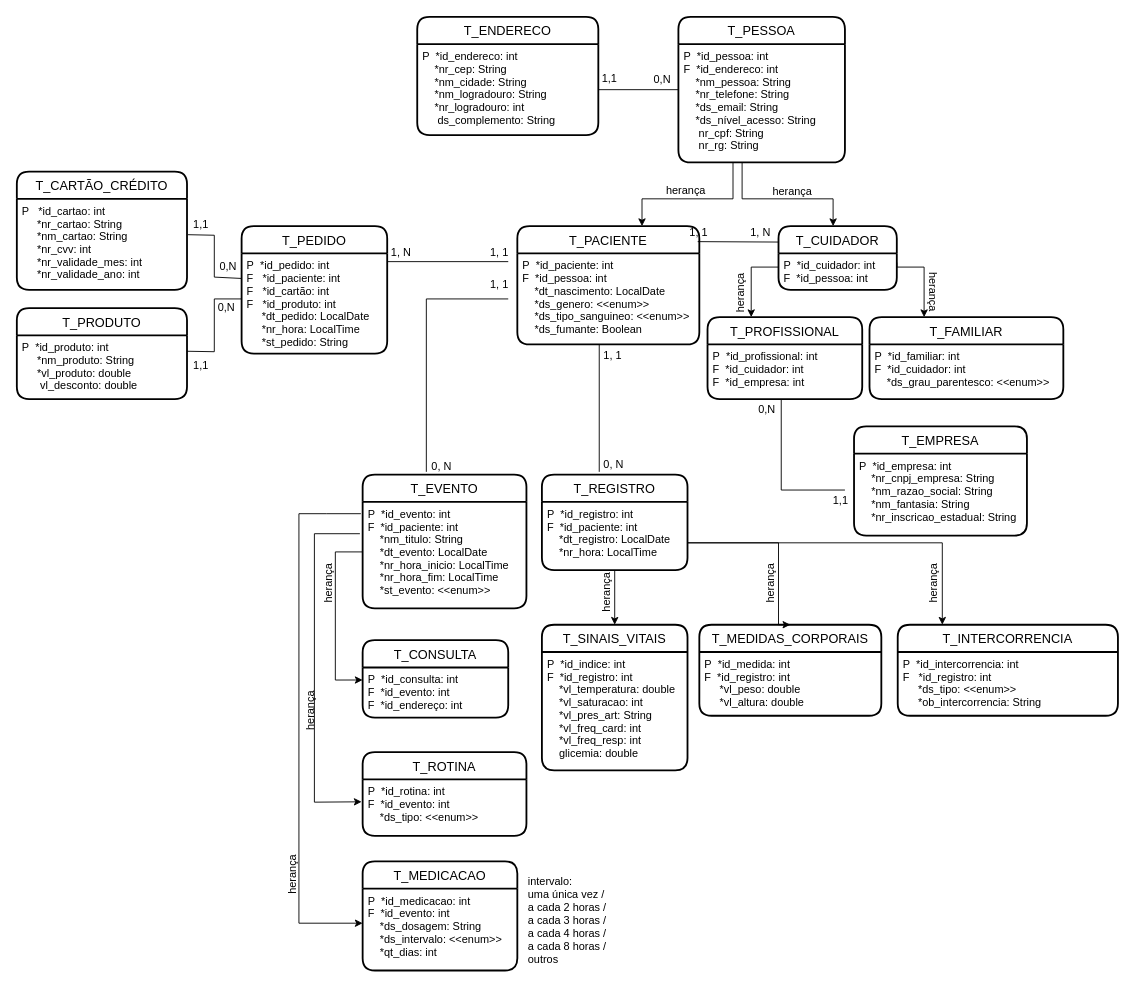
This is Untitled.drawio from dBianchii/gs-care, a draw.io file, before an edit. Source tidied: cells renumbered, new cells numbered last; positions are measured from the earlier drawing's top-left corner, leaving out a move shared by most shapes. Both pictures are drawn from the tidied source at 91%, with x=0, y=0 at pixel (16, 16).
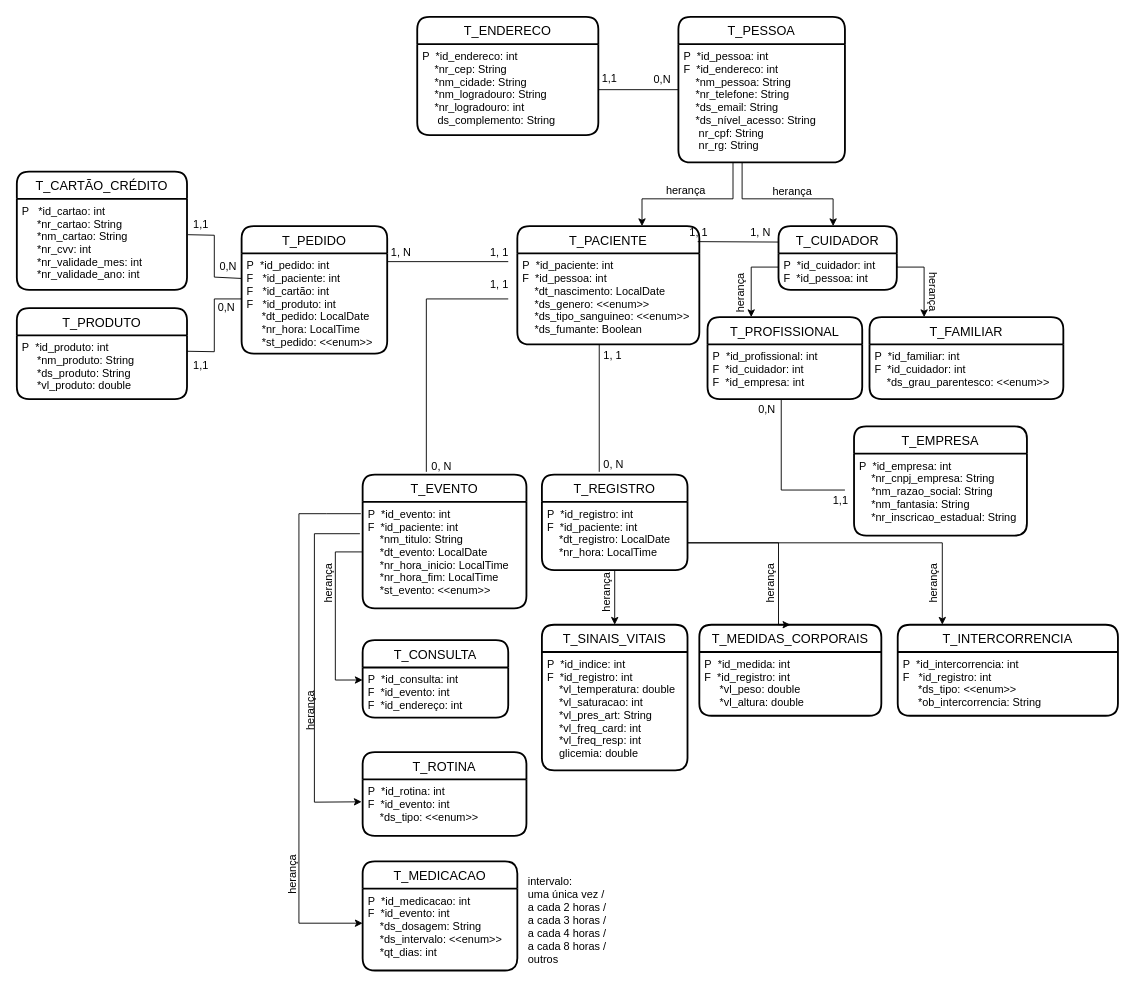
The same page after the edit.

Commit message:
atualizando o arquivo .drawio

The change refers to these unchanged cells:
```xml
<mxCell id="57" value="T_PRODUTO" style="swimlane;horizontal=1;startSize=30;rounded=1;fontSize=14;fontStyle=0;strokeWidth=2;shadow=0;dashed=0;align=center;" parent="1" vertex="1">
  <mxGeometry y="320" width="187" height="100" as="geometry" />
</mxCell>
<mxCell id="61" value="T_PEDIDO" style="swimlane;horizontal=1;startSize=30;rounded=1;fontSize=14;fontStyle=0;strokeWidth=2;shadow=0;dashed=0;align=center;" parent="1" vertex="1">
  <mxGeometry x="247" y="230" width="160" height="140" as="geometry" />
</mxCell>
```

The edit, as a diff of the source:
```diff
@@
-    <mxCell id="58" value="P  *id_produto: int&#10;     *nm_produto: String&#10;     *vl_produto: double&#10;      vl_desconto: double" style="align=left;strokeColor=none;fillColor=none;spacingLeft=4;fontSize=12;verticalAlign=top;" parent="57" vertex="1">
+    <mxCell id="58" value="P  *id_produto: int&#10;     *nm_produto: String&#10;     *ds_produto: String&#10;     *vl_produto: double&#10;" style="align=left;strokeColor=none;fillColor=none;spacingLeft=4;fontSize=12;verticalAlign=top;" parent="57" vertex="1">
       <mxGeometry y="30" width="187" height="70" as="geometry" />
     </mxCell>
@@
-    <mxCell id="62" value="P  *id_pedido: int&#10;F   *id_paciente: int&#10;F   *id_cartão: int&#10;F   *id_produto: int&#10;     *dt_pedido: LocalDate&#10;     *nr_hora: LocalTime&#10;     *st_pedido: String&#10;" style="align=left;strokeColor=none;fillColor=none;spacingLeft=4;fontSize=12;verticalAlign=top;" parent="61" vertex="1">
+    <mxCell id="62" value="P  *id_pedido: int&#10;F   *id_paciente: int&#10;F   *id_cartão: int&#10;F   *id_produto: int&#10;     *dt_pedido: LocalDate&#10;     *nr_hora: LocalTime&#10;     *st_pedido: &lt;&lt;enum&gt;&gt;&#10;" style="align=left;strokeColor=none;fillColor=none;spacingLeft=4;fontSize=12;verticalAlign=top;" parent="61" vertex="1">
       <mxGeometry y="30" width="160" height="110" as="geometry" />
     </mxCell>
```
